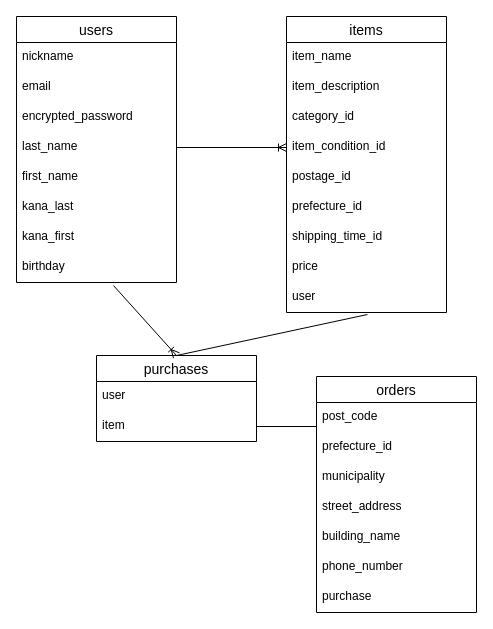
Earlier version of the draw.io diagram furima-40036.dio (hahahahahahahahahahahahhaha1999/furima-40036). Source tidied: cells renumbered, new cells numbered last; positions are measured from the earlier drawing's top-left corner, leaving out a move shared by most shapes. Both pictures are drawn from the tidied source at 100%, with x=0, y=0 at pixel (16, 16).
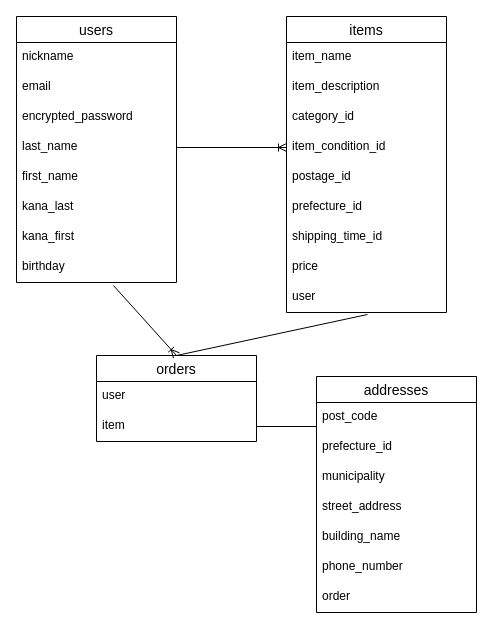
After the change.

What changed in the source:
```diff
@@
-    <mxCell id="3" value="purchases" style="swimlane;fontStyle=0;horizontal=1;startSize=26;align=center;fontSize=14;" parent="1" vertex="1">
+    <mxCell id="3" value="orders" style="swimlane;fontStyle=0;horizontal=1;startSize=26;align=center;fontSize=14;" parent="1" vertex="1">
       <mxGeometry x="80" y="339" width="160" height="86" as="geometry" />
     </mxCell>
@@
-    <mxCell id="25" value="orders" style="swimlane;fontStyle=0;horizontal=1;startSize=26;align=center;fontSize=14;" parent="1" vertex="1">
+    <mxCell id="25" value="addresses" style="swimlane;fontStyle=0;horizontal=1;startSize=26;align=center;fontSize=14;" parent="1" vertex="1">
       <mxGeometry x="300" y="360" width="160" height="236" as="geometry" />
     </mxCell>
@@
-    <mxCell id="32" value="purchase" style="text;strokeColor=none;fillColor=none;spacingLeft=4;spacingRight=4;overflow=hidden;fontSize=12;" parent="25" vertex="1">
+    <mxCell id="32" value="order" style="text;strokeColor=none;fillColor=none;spacingLeft=4;spacingRight=4;overflow=hidden;fontSize=12;" parent="25" vertex="1">
       <mxGeometry y="206" width="160" height="30" as="geometry" />
     </mxCell>
```
